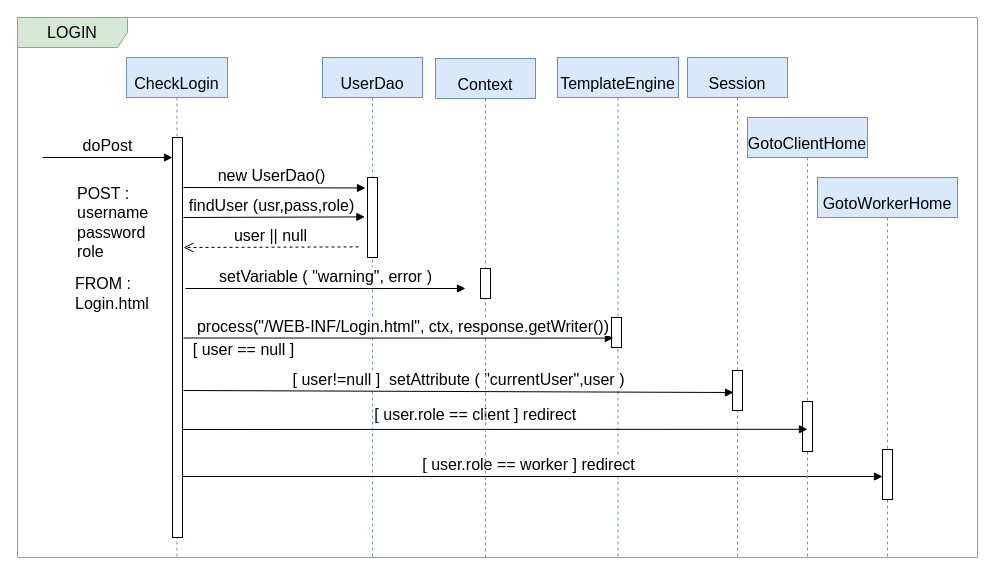
Before: documentation/Pure-HTML/File_drawio/Login.drawio in ManuMerlo/Web-App-Project-TIW-2022-Inghilleri-Merlo, a draw.io diagram. Source tidied: cells renumbered, new cells numbered last; positions are measured from the earlier drawing's top-left corner, leaving out a move shared by most shapes. Both pictures are drawn from the tidied source at 100%, with x=0, y=0 at pixel (17, 17).
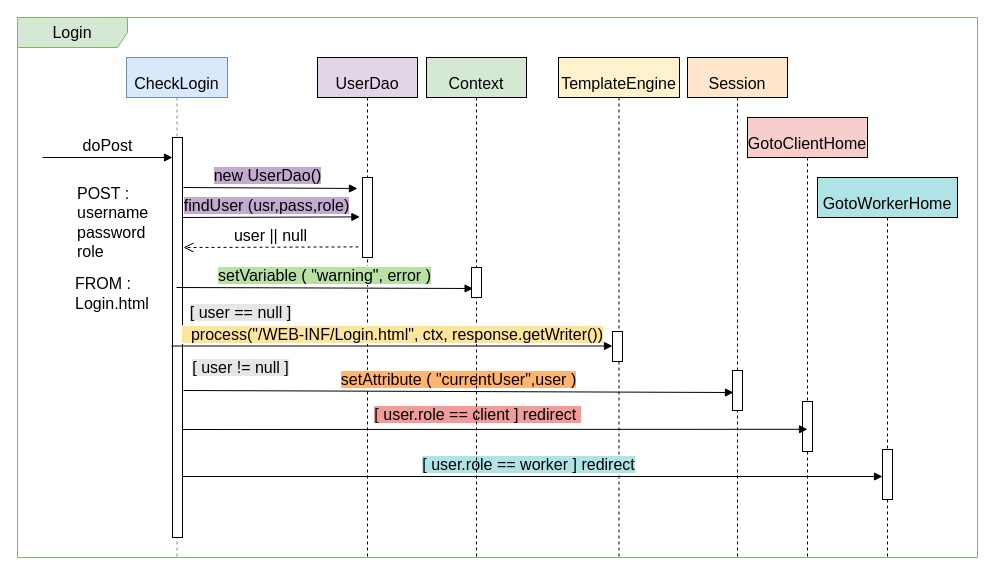
The same diagram, later.

Commit message (it also covers changes not shown here):
Updated Login sequence diagram

The change refers to these unchanged cells:
```xml
<mxCell id="3" value="&lt;font style=&quot;font-size: 16px;&quot;&gt;CheckLogin&lt;/font&gt;" style="shape=umlLifeline;perimeter=lifelinePerimeter;whiteSpace=wrap;html=1;fontSize=33;align=center;fillColor=#dae8fc;strokeColor=#6c8ebf;" parent="1" vertex="1">
  <mxGeometry x="109" y="40" width="101" height="500" as="geometry" />
</mxCell>
<mxCell id="12" style="html=1;points=[];perimeter=orthogonalPerimeter;fontSize=16;" parent="11" vertex="1">
  <mxGeometry x="45" y="313" width="10" height="40" as="geometry" />
</mxCell>
<mxCell id="16" style="html=1;points=[];perimeter=orthogonalPerimeter;fontSize=16;" parent="15" vertex="1">
  <mxGeometry x="65" y="272" width="10" height="50" as="geometry" />
</mxCell>
<mxCell id="27" style="html=1;points=[];perimeter=orthogonalPerimeter;fontSize=16;" parent="26" vertex="1">
  <mxGeometry x="45" y="210" width="10" height="30" as="geometry" />
</mxCell>
```

Diff of the diagram source:
```diff
@@
-    <mxCell id="2" value="LOGIN" style="shape=umlFrame;whiteSpace=wrap;html=1;fontSize=16;width=110;height=30;fillColor=#d5e8d4;strokeColor=#82b366;" parent="1" vertex="1">
+    <mxCell id="2" value="Login" style="shape=umlFrame;whiteSpace=wrap;html=1;fontSize=16;width=110;height=30;fillColor=#d5e8d4;strokeColor=#82b366;" parent="1" vertex="1">
       <mxGeometry width="960" height="540" as="geometry" />
     </mxCell>
@@
-    <mxCell id="4" value="&lt;font style=&quot;font-size: 16px;&quot;&gt;[ user == null ]&lt;/font&gt;" style="text;html=1;strokeColor=none;fillColor=none;align=center;verticalAlign=middle;whiteSpace=wrap;rounded=0;" parent="3" vertex="1">
-      <mxGeometry x="65" y="277" width="105" height="30" as="geometry" />
-    </mxCell>
-    <mxCell id="5" value="&lt;span style=&quot;font-size: 16px;&quot;&gt;UserDao&lt;/span&gt;" style="shape=umlLifeline;perimeter=lifelinePerimeter;whiteSpace=wrap;html=1;fontSize=33;align=center;fillColor=#dae8fc;strokeColor=#6c8ebf;" parent="1" vertex="1">
-      <mxGeometry x="305" y="40" width="100" height="500" as="geometry" />
+    <mxCell id="5" value="&lt;span style=&quot;font-size: 16px;&quot;&gt;UserDao&lt;/span&gt;" style="shape=umlLifeline;perimeter=lifelinePerimeter;whiteSpace=wrap;html=1;fontSize=33;align=center;fillColor=#e1d5e7;strokeColor=#000000;" parent="1" vertex="1">
+      <mxGeometry x="300" y="40" width="100" height="500" as="geometry" />
     </mxCell>
@@
-    <mxCell id="7" value="findUser (usr,pass,role)" style="html=1;verticalAlign=bottom;endArrow=block;rounded=0;fontSize=16;entryX=0.14;entryY=0.492;entryDx=0;entryDy=0;entryPerimeter=0;" parent="5" edge="1">
+    <mxCell id="7" value="&lt;span style=&quot;background-color: rgb(195, 171, 208);&quot;&gt;findUser (usr,pass,role)&lt;/span&gt;" style="html=1;verticalAlign=bottom;endArrow=block;rounded=0;fontSize=16;entryX=0.14;entryY=0.492;entryDx=0;entryDy=0;entryPerimeter=0;" parent="5" edge="1">
       <mxGeometry x="-0.03" relative="1" as="geometry">
         <mxPoint x="-139" y="160" as="sourcePoint" />
         <mxPoint x="42.4" y="159.4" as="targetPoint" />
       </mxGeometry>
     </mxCell>
-    <mxCell id="8" value="&lt;p style=&quot;line-height: 0.4;&quot;&gt;&lt;/p&gt;&lt;blockquote style=&quot;margin: 0px 0px 0px 40px; border: none; padding: 0px; line-height: 0.6;&quot;&gt;&lt;/blockquote&gt;&lt;span style=&quot;font-size: 16px; background-color: initial;&quot;&gt;Template&lt;/span&gt;&lt;span style=&quot;font-size: 16px; line-height: 0.1;&quot;&gt;Engine&lt;/span&gt;&lt;p&gt;&lt;/p&gt;" style="shape=umlLifeline;perimeter=lifelinePerimeter;whiteSpace=wrap;html=1;fontSize=33;align=center;fillColor=#dae8fc;strokeColor=#6c8ebf;" parent="1" vertex="1">
-      <mxGeometry x="540" y="40" width="121" height="500" as="geometry" />
+    <mxCell id="8" value="&lt;p style=&quot;line-height: 0.4;&quot;&gt;&lt;/p&gt;&lt;blockquote style=&quot;margin: 0px 0px 0px 40px; border: none; padding: 0px; line-height: 0.6;&quot;&gt;&lt;/blockquote&gt;&lt;span style=&quot;font-size: 16px; background-color: initial;&quot;&gt;Template&lt;/span&gt;&lt;span style=&quot;font-size: 16px; line-height: 0.1;&quot;&gt;Engine&lt;/span&gt;&lt;p&gt;&lt;/p&gt;" style="shape=umlLifeline;perimeter=lifelinePerimeter;whiteSpace=wrap;html=1;fontSize=33;align=center;fillColor=#fff2cc;strokeColor=#000000;" parent="1" vertex="1">
+      <mxGeometry x="541" y="40" width="121" height="500" as="geometry" />
     </mxCell>
     <mxCell id="9" style="html=1;points=[];perimeter=orthogonalPerimeter;fontSize=16;" parent="8" vertex="1">
-      <mxGeometry x="54" y="260" width="10" height="30" as="geometry" />
+      <mxGeometry x="54" y="274" width="10" height="30" as="geometry" />
     </mxCell>
-    <mxCell id="10" value="[ user.role == worker ] redirect" style="html=1;verticalAlign=bottom;endArrow=block;rounded=0;fontSize=16;" parent="8" edge="1" target="16">
+    <mxCell id="10" value="&lt;span style=&quot;background-color: rgb(176, 227, 230);&quot;&gt;[ user.role == worker ] redirect&lt;/span&gt;" style="html=1;verticalAlign=bottom;endArrow=block;rounded=0;fontSize=16;" parent="8" edge="1" target="16">
       <mxGeometry relative="1" as="geometry">
         <mxPoint x="-384" y="419" as="sourcePoint" />
       </mxGeometry>
     </mxCell>
-    <mxCell id="11" value="&lt;span style=&quot;font-size: 16px;&quot;&gt;Session&lt;/span&gt;" style="shape=umlLifeline;perimeter=lifelinePerimeter;whiteSpace=wrap;html=1;fontSize=33;align=center;fillColor=#dae8fc;strokeColor=#6c8ebf;" parent="1" vertex="1">
+    <mxCell id="11" value="&lt;span style=&quot;font-size: 16px;&quot;&gt;Session&lt;/span&gt;" style="shape=umlLifeline;perimeter=lifelinePerimeter;whiteSpace=wrap;html=1;fontSize=33;align=center;fillColor=#ffe6cc;strokeColor=#000000;" parent="1" vertex="1">
       <mxGeometry x="670" y="40" width="100" height="500" as="geometry" />
     </mxCell>
@@
-    <mxCell id="13" value="&lt;span style=&quot;font-size: 16px;&quot;&gt;GotoClientHome&lt;/span&gt;" style="shape=umlLifeline;perimeter=lifelinePerimeter;whiteSpace=wrap;html=1;fontSize=33;align=center;fillColor=#dae8fc;strokeColor=#6c8ebf;" parent="1" vertex="1">
+    <mxCell id="13" value="&lt;span style=&quot;font-size: 16px;&quot;&gt;GotoClientHome&lt;/span&gt;" style="shape=umlLifeline;perimeter=lifelinePerimeter;whiteSpace=wrap;html=1;fontSize=33;align=center;fillColor=#f8cecc;strokeColor=#000000;" parent="1" vertex="1">
       <mxGeometry x="730" y="100" width="120" height="440" as="geometry" />
     </mxCell>
@@
-    <mxCell id="15" value="&lt;span style=&quot;font-size: 16px;&quot;&gt;GotoWorkerHome&lt;/span&gt;" style="shape=umlLifeline;perimeter=lifelinePerimeter;whiteSpace=wrap;html=1;fontSize=33;align=center;fillColor=#dae8fc;strokeColor=#6c8ebf;" parent="1" vertex="1">
+    <mxCell id="15" value="&lt;span style=&quot;font-size: 16px;&quot;&gt;GotoWorkerHome&lt;/span&gt;" style="shape=umlLifeline;perimeter=lifelinePerimeter;whiteSpace=wrap;html=1;fontSize=33;align=center;fillColor=#b0e3e6;strokeColor=#000000;" parent="1" vertex="1">
       <mxGeometry x="800" y="160" width="140" height="380" as="geometry" />
     </mxCell>
@@
-    <mxCell id="21" value="[ user!=null ]&amp;nbsp; setAttribute ( &quot;currentUser&quot;,user )" style="html=1;verticalAlign=bottom;endArrow=block;rounded=0;fontSize=16;entryX=0.1;entryY=0.55;entryDx=0;entryDy=0;entryPerimeter=0;" parent="1" edge="1" target="12">
+    <mxCell id="21" value="&lt;span style=&quot;background-color: rgb(255, 181, 112);&quot;&gt;setAttribute ( &quot;currentUser&quot;,user )&lt;/span&gt;" style="html=1;verticalAlign=bottom;endArrow=block;rounded=0;fontSize=16;entryX=0.1;entryY=0.55;entryDx=0;entryDy=0;entryPerimeter=0;" parent="1" edge="1" target="12">
       <mxGeometry relative="1" as="geometry">
         <mxPoint x="166" y="373" as="sourcePoint" />
       </mxGeometry>
     </mxCell>
-    <mxCell id="22" value="[ user.role == client ] redirect&amp;nbsp;" style="html=1;verticalAlign=bottom;endArrow=block;rounded=0;fontSize=16;startArrow=none;" parent="1" edge="1">
+    <mxCell id="22" value="&lt;span style=&quot;background-color: rgb(241, 156, 153);&quot;&gt;[ user.role == client ] redirect&amp;nbsp;&lt;/span&gt;" style="html=1;verticalAlign=bottom;endArrow=block;rounded=0;fontSize=16;startArrow=none;" parent="1" edge="1">
       <mxGeometry y="259" relative="1" as="geometry">
         <mxPoint x="719.2" y="409" as="sourcePoint" />
         <mxPoint x="719.2" y="409" as="targetPoint" />
         <mxPoint x="-259" as="offset" />
       </mxGeometry>
     </mxCell>
@@
-    <mxCell id="25" value="new UserDao()" style="html=1;verticalAlign=bottom;endArrow=block;rounded=0;fontSize=16;entryX=0.2;entryY=0.45;entryDx=0;entryDy=0;entryPerimeter=0;" parent="1" edge="1">
+    <mxCell id="25" value="&lt;span style=&quot;background-color: rgb(195, 171, 208);&quot;&gt;new UserDao()&lt;/span&gt;" style="html=1;verticalAlign=bottom;endArrow=block;rounded=0;fontSize=16;" parent="1" edge="1">
       <mxGeometry x="-0.03" relative="1" as="geometry">
         <mxPoint x="166" y="170" as="sourcePoint" />
-        <mxPoint x="348" y="170.5" as="targetPoint" />
+        <mxPoint x="340" y="171" as="targetPoint" />
       </mxGeometry>
     </mxCell>
-    <mxCell id="26" value="&lt;span style=&quot;font-size: 16px;&quot;&gt;Context&lt;/span&gt;" style="shape=umlLifeline;perimeter=lifelinePerimeter;whiteSpace=wrap;html=1;fontSize=33;align=center;fillColor=#dae8fc;strokeColor=#6c8ebf;" parent="1" vertex="1">
-      <mxGeometry x="418" y="41" width="100" height="500" as="geometry" />
+    <mxCell id="26" value="&lt;span style=&quot;font-size: 16px;&quot;&gt;Context&lt;/span&gt;" style="shape=umlLifeline;perimeter=lifelinePerimeter;whiteSpace=wrap;html=1;fontSize=33;align=center;fillColor=#d5e8d4;strokeColor=#000000;" parent="1" vertex="1">
+      <mxGeometry x="409" y="40" width="100" height="500" as="geometry" />
     </mxCell>
@@
-    <mxCell id="28" value="&amp;nbsp; process(&quot;/WEB-INF/Login.html&quot;, ctx, response.getWriter())" style="html=1;verticalAlign=bottom;endArrow=block;rounded=0;fontSize=16;entryX=0.187;entryY=0.687;entryDx=0;entryDy=0;entryPerimeter=0;" parent="26" edge="1" target="9">
+    <mxCell id="28" value="&lt;span style=&quot;background-color: rgb(255, 229, 153);&quot;&gt;&amp;nbsp; process(&quot;/WEB-INF/Login.html&quot;, ctx, response.getWriter())&lt;/span&gt;" style="html=1;verticalAlign=bottom;endArrow=block;rounded=0;fontSize=16;" parent="26" edge="1" target="9">
       <mxGeometry relative="1" as="geometry">
-        <mxPoint x="-252" y="279.5" as="sourcePoint" />
+        <mxPoint x="-255" y="288.5" as="sourcePoint" />
       </mxGeometry>
     </mxCell>
-    <mxCell id="29" value="setVariable ( &quot;warning&quot;, error )" style="html=1;verticalAlign=bottom;endArrow=block;rounded=0;fontSize=16;" parent="26" edge="1">
+    <mxCell id="29" value="&lt;span style=&quot;background-color: rgb(185, 224, 165);&quot;&gt;setVariable ( &quot;warning&quot;, error )&lt;/span&gt;" style="html=1;verticalAlign=bottom;endArrow=block;rounded=0;fontSize=16;entryX=0.16;entryY=0.7;entryDx=0;entryDy=0;entryPerimeter=0;" parent="26" edge="1" target="27">
       <mxGeometry relative="1" as="geometry">
         <mxPoint x="-250" y="230" as="sourcePoint" />
-        <mxPoint x="30" y="230" as="targetPoint" />
       </mxGeometry>
     </mxCell>
+    <mxCell id="4" value="&lt;font style=&quot;font-size: 16px; background-color: rgb(230, 230, 230);&quot;&gt;[ user == null ]&lt;/font&gt;" style="text;html=1;strokeColor=none;fillColor=none;align=center;verticalAlign=middle;whiteSpace=wrap;rounded=0;" parent="1" vertex="1">
+      <mxGeometry x="171" y="280" width="105" height="30" as="geometry" />
+    </mxCell>
+    <mxCell id="30" value="&lt;font style=&quot;font-size: 16px; background-color: rgb(230, 230, 230);&quot;&gt;[ user != null ]&lt;/font&gt;" style="text;html=1;strokeColor=none;fillColor=none;align=center;verticalAlign=middle;whiteSpace=wrap;rounded=0;" parent="1" vertex="1">
+      <mxGeometry x="171" y="335" width="105" height="30" as="geometry" />
+    </mxCell>
```
